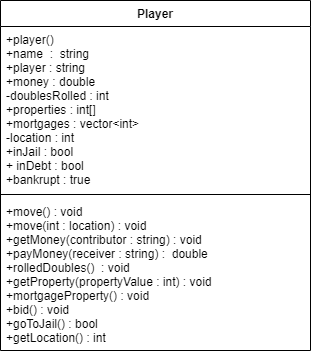
This is Player_Monopoly_UML.drawio.png from NReedel/Monopoly, a draw.io export, as it was before one commit. Source tidied: cells renumbered, new cells last; positions are measured from the earlier drawing's top-left corner, leaving out a move shared by most shapes.
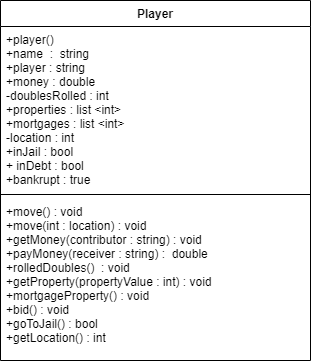
Later version of the same file.

What changed in the source:
```diff
@@ -3,16 +3,16 @@
     <mxCell id="0" style="html=1;" />
     <mxCell id="1" style="html=1;" parent="0" />
     <mxCell id="2" value="Player" style="swimlane;fontStyle=1;align=center;verticalAlign=top;horizontal=1;startSize=26;" parent="1" vertex="1">
-      <mxGeometry width="310" height="350" as="geometry" />
+      <mxGeometry width="310" height="360" as="geometry" />
     </mxCell>
-    <mxCell id="3" value="+player()&#10;+name  :  string&#10;+player : string&#10;+money : double&#10;-doublesRolled : int&#10;+properties : int[]&#10;+mortgages : vector&lt;int&gt;&#10;-location : int&#10;+inJail : bool&#10;+ inDebt : bool&#10;+bankrupt : true&#10;" style="text;strokeColor=none;fillColor=none;align=left;verticalAlign=top;spacingLeft=4;spacingRight=4;overflow=hidden;" parent="2" vertex="1">
+    <mxCell id="3" value="+player()&#10;+name  :  string&#10;+player : string&#10;+money : double&#10;-doublesRolled : int&#10;+properties : list &lt;int&gt;&#10;+mortgages : list &lt;int&gt;&#10;-location : int&#10;+inJail : bool&#10;+ inDebt : bool&#10;+bankrupt : true&#10;" style="text;strokeColor=none;fillColor=none;align=left;verticalAlign=top;spacingLeft=4;spacingRight=4;overflow=hidden;" parent="2" vertex="1">
       <mxGeometry y="26" width="310" height="164" as="geometry" />
     </mxCell>
     <mxCell id="4" style="line;strokeWidth=1;fillColor=none;align=left;verticalAlign=middle;spacingTop=-1;spacingLeft=3;spacingRight=3;labelPosition=right;strokeColor=inherit;" parent="2" vertex="1">
       <mxGeometry y="190" width="310" height="8" as="geometry" />
     </mxCell>
     <mxCell id="5" value="+move() : void&#10;+move(int : location) : void&#10;+getMoney(contributor : string) : void&#10;+payMoney(receiver : string) :  double&#10;+rolledDoubles()  : void&#10;+getProperty(propertyValue : int) : void&#10;+mortgageProperty() : void &#10;+bid() : void &#10;+goToJail() : bool&#10;+getLocation() : int&#10;" style="text;strokeColor=none;fillColor=none;align=left;verticalAlign=top;spacingLeft=4;spacingRight=4;overflow=hidden;" parent="2" vertex="1">
-      <mxGeometry y="198" width="310" height="152" as="geometry" />
+      <mxGeometry y="198" width="310" height="162" as="geometry" />
     </mxCell>
   </root>
 </mxGraphModel>
```
